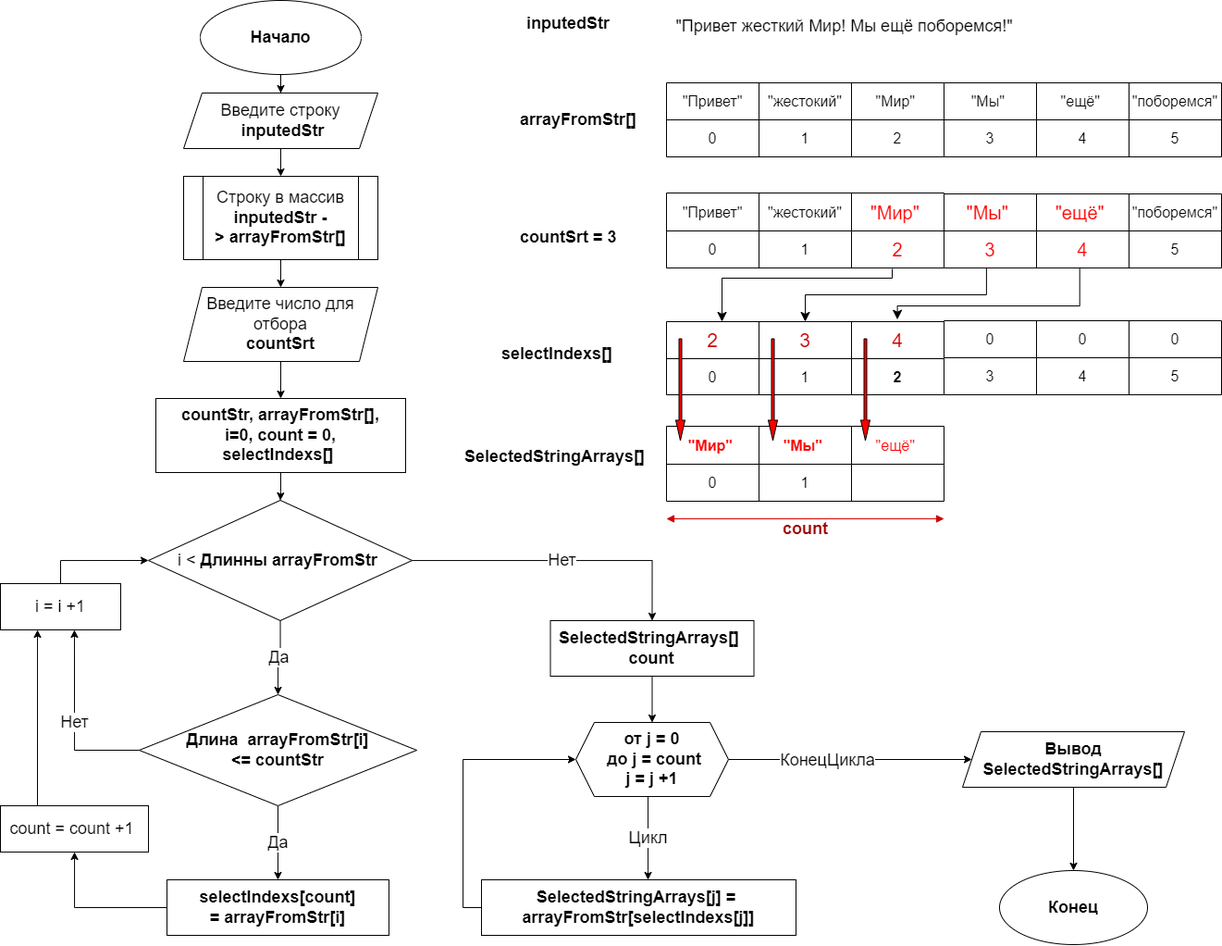
Before: Схема.png, a diagram exported from draw.io (Gr40inGB/Git2sem). Source tidied: cells renumbered, new cells last; positions are measured from the earlier drawing's top-left corner, leaving out a move shared by most shapes.
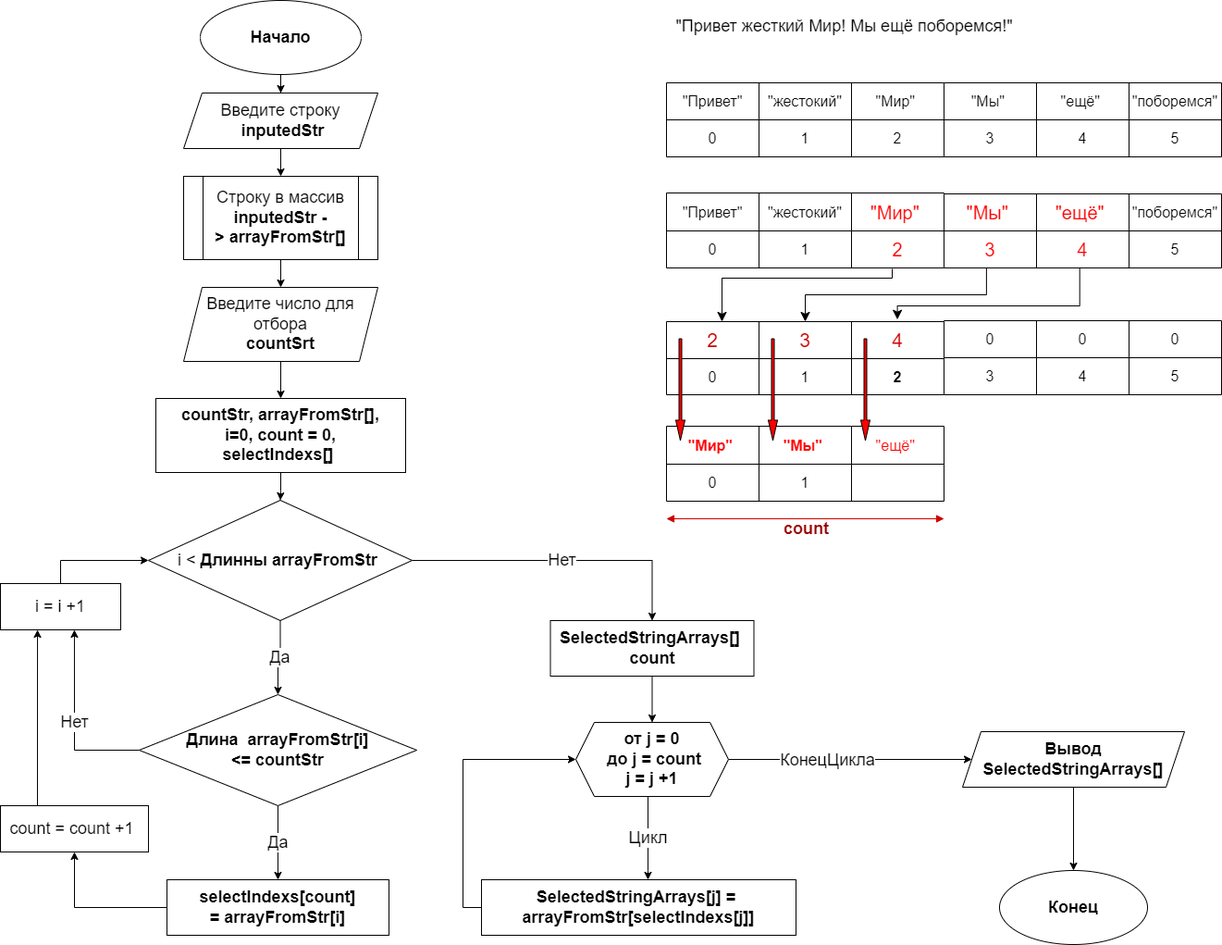
The same diagram one commit later.

Change to the diagram source:
```diff
@@ -229,7 +229,7 @@
     <mxCell id="72" value="5" style="shape=partialRectangle;html=1;whiteSpace=wrap;strokeColor=inherit;overflow=hidden;fillColor=none;top=0;left=0;bottom=0;right=0;fontSize=16;" parent="69" vertex="1">
       <mxGeometry x="200" width="100" height="40" as="geometry" />
     </mxCell>
-    <mxCell id="73" value="&lt;b style=&quot;border-color: rgb(0, 0, 0); font-family: Helvetica; font-size: 18px; font-style: normal; font-variant-ligatures: normal; font-variant-caps: normal; letter-spacing: normal; orphans: 2; text-align: center; text-indent: 0px; text-transform: none; widows: 2; word-spacing: 0px; -webkit-text-stroke-width: 0px; text-decoration-thickness: initial; text-decoration-style: initial; text-decoration-color: initial;&quot;&gt;arrayFromStr[]&lt;/b&gt;" style="text;whiteSpace=wrap;html=1;fontSize=20;fontColor=#000000;fillColor=none;labelBackgroundColor=none;" parent="1" vertex="1">
+    <mxCell id="73" value="&lt;b style=&quot;border-color: rgb(0, 0, 0); font-family: Helvetica; font-size: 18px; font-style: normal; font-variant-ligatures: normal; font-variant-caps: normal; letter-spacing: normal; orphans: 2; text-align: center; text-indent: 0px; text-transform: none; widows: 2; word-spacing: 0px; -webkit-text-stroke-width: 0px; text-decoration-thickness: initial; text-decoration-style: initial; text-decoration-color: initial;&quot;&gt;arrayFromStr[]&lt;/b&gt;" style="text;whiteSpace=wrap;html=1;fontSize=20;fontColor=#FFFFFF;fillColor=none;labelBackgroundColor=none;" parent="1" vertex="1">
       <mxGeometry x="560" y="109" width="160" height="50" as="geometry" />
     </mxCell>
     <mxCell id="74" style="shape=table;startSize=0;fontSize=16;" parent="1" vertex="1">
@@ -286,7 +286,7 @@
     <mxCell id="91" value="5" style="shape=partialRectangle;html=1;whiteSpace=wrap;strokeColor=inherit;overflow=hidden;fillColor=none;top=0;left=0;bottom=0;right=0;fontSize=16;" parent="88" vertex="1">
       <mxGeometry x="200" width="100" height="40" as="geometry" />
     </mxCell>
-    <mxCell id="92" value="&lt;b style=&quot;border-color: var(--border-color); font-family: Helvetica; font-size: 18px; font-style: normal; font-variant-ligatures: normal; font-variant-caps: normal; letter-spacing: normal; orphans: 2; text-align: center; text-indent: 0px; text-transform: none; widows: 2; word-spacing: 0px; -webkit-text-stroke-width: 0px; text-decoration-thickness: initial; text-decoration-style: initial; text-decoration-color: initial;&quot;&gt;selectIndexs[]&lt;/b&gt;" style="text;whiteSpace=wrap;html=1;fontSize=20;fontColor=#000000;fillColor=none;labelBackgroundColor=none;" parent="1" vertex="1">
+    <mxCell id="92" value="&lt;b style=&quot;border-color: var(--border-color); font-family: Helvetica; font-size: 18px; font-style: normal; font-variant-ligatures: normal; font-variant-caps: normal; letter-spacing: normal; orphans: 2; text-align: center; text-indent: 0px; text-transform: none; widows: 2; word-spacing: 0px; -webkit-text-stroke-width: 0px; text-decoration-thickness: initial; text-decoration-style: initial; text-decoration-color: initial;&quot;&gt;selectIndexs[]&lt;/b&gt;" style="text;whiteSpace=wrap;html=1;fontSize=20;fontColor=#FFFFFF;fillColor=none;labelBackgroundColor=none;" parent="1" vertex="1">
       <mxGeometry x="540" y="361.5" width="150" height="50" as="geometry" />
     </mxCell>
     <mxCell id="93" style="edgeStyle=elbowEdgeStyle;elbow=vertical;endArrow=classic;html=1;curved=0;rounded=0;endSize=8;startSize=8;fontSize=21;fontColor=#CC0000;entryX=0.2;entryY=0;entryDx=0;entryDy=0;entryPerimeter=0;" parent="1" edge="1" target="75">
@@ -334,7 +334,7 @@
     <mxCell id="104" value="&lt;b&gt;2&lt;/b&gt;" style="shape=partialRectangle;html=1;whiteSpace=wrap;strokeColor=inherit;overflow=hidden;fillColor=none;top=0;left=0;bottom=0;right=0;fontSize=16;fontColor=#FFFFFF;" parent="101" vertex="1">
       <mxGeometry x="200" width="100" height="40" as="geometry" />
     </mxCell>
-    <mxCell id="105" value="&lt;b style=&quot;border-color: var(--border-color); font-family: Helvetica; font-size: 18px; font-style: normal; font-variant-ligatures: normal; font-variant-caps: normal; letter-spacing: normal; orphans: 2; text-align: center; text-indent: 0px; text-transform: none; widows: 2; word-spacing: 0px; -webkit-text-stroke-width: 0px; text-decoration-thickness: initial; text-decoration-style: initial; text-decoration-color: initial;&quot;&gt;&lt;b style=&quot;border-color: var(--border-color);&quot;&gt;SelectedStringArrays[]&amp;nbsp;&lt;/b&gt;&lt;/b&gt;" style="text;whiteSpace=wrap;html=1;fontSize=16;fontColor=#000000;fillColor=none;labelBackgroundColor=none;" parent="1" vertex="1">
+    <mxCell id="105" value="&lt;b style=&quot;border-color: var(--border-color); font-family: Helvetica; font-size: 18px; font-style: normal; font-variant-ligatures: normal; font-variant-caps: normal; letter-spacing: normal; orphans: 2; text-align: center; text-indent: 0px; text-transform: none; widows: 2; word-spacing: 0px; -webkit-text-stroke-width: 0px; text-decoration-thickness: initial; text-decoration-style: initial; text-decoration-color: initial;&quot;&gt;&lt;b style=&quot;border-color: var(--border-color);&quot;&gt;SelectedStringArrays[]&amp;nbsp;&lt;/b&gt;&lt;/b&gt;" style="text;whiteSpace=wrap;html=1;fontSize=16;fontColor=#FFFFFF;fillColor=none;labelBackgroundColor=none;" parent="1" vertex="1">
       <mxGeometry x="500" y="475.5" width="230" height="50" as="geometry" />
     </mxCell>
     <mxCell id="106" style="shape=singleArrow;direction=south;whiteSpace=wrap;html=1;labelBackgroundColor=#990000;labelBorderColor=#990000;fontSize=16;fontColor=#FFFFFF;fillColor=#FF0000;" parent="1" vertex="1">
@@ -346,10 +346,10 @@
     <mxCell id="108" style="shape=singleArrow;direction=south;whiteSpace=wrap;html=1;labelBackgroundColor=#990000;labelBorderColor=#990000;fontSize=16;fontColor=#FFFFFF;fillColor=#FF0000;" parent="1" vertex="1">
       <mxGeometry x="830" y="365.5" width="10" height="110" as="geometry" />
     </mxCell>
-    <mxCell id="109" value="&lt;b style=&quot;border-color: rgb(0, 0, 0); font-family: Helvetica; font-size: 18px; font-style: normal; font-variant-ligatures: normal; font-variant-caps: normal; letter-spacing: normal; orphans: 2; text-align: center; text-indent: 0px; text-transform: none; widows: 2; word-spacing: 0px; -webkit-text-stroke-width: 0px; text-decoration-thickness: initial; text-decoration-style: initial; text-decoration-color: initial;&quot;&gt;countSrt = 3&lt;/b&gt;" style="text;whiteSpace=wrap;html=1;fontSize=16;fontColor=#000000;labelBackgroundColor=default;" parent="1" vertex="1">
+    <mxCell id="109" value="&lt;b style=&quot;border-color: rgb(0, 0, 0); font-family: Helvetica; font-size: 18px; font-style: normal; font-variant-ligatures: normal; font-variant-caps: normal; letter-spacing: normal; orphans: 2; text-align: center; text-indent: 0px; text-transform: none; widows: 2; word-spacing: 0px; -webkit-text-stroke-width: 0px; text-decoration-thickness: initial; text-decoration-style: initial; text-decoration-color: initial;&quot;&gt;countSrt = 3&lt;/b&gt;" style="text;whiteSpace=wrap;html=1;fontSize=16;fontColor=#FFFFFF;labelBackgroundColor=default;" parent="1" vertex="1">
       <mxGeometry x="560" y="239" width="110" height="50" as="geometry" />
     </mxCell>
-    <mxCell id="110" value="&lt;b style=&quot;border-color: rgb(0, 0, 0); font-family: Helvetica; font-size: 18px; font-style: normal; font-variant-ligatures: normal; font-variant-caps: normal; letter-spacing: normal; orphans: 2; text-align: center; text-indent: 0px; text-transform: none; widows: 2; word-spacing: 0px; -webkit-text-stroke-width: 0px; text-decoration-thickness: initial; text-decoration-style: initial; text-decoration-color: initial;&quot;&gt;inputedStr&lt;/b&gt;" style="text;whiteSpace=wrap;html=1;fontSize=16;fontColor=#000000;labelBackgroundColor=default;" parent="1" vertex="1">
+    <mxCell id="110" value="&lt;b style=&quot;border-color: rgb(0, 0, 0); font-family: Helvetica; font-size: 18px; font-style: normal; font-variant-ligatures: normal; font-variant-caps: normal; letter-spacing: normal; orphans: 2; text-align: center; text-indent: 0px; text-transform: none; widows: 2; word-spacing: 0px; -webkit-text-stroke-width: 0px; text-decoration-thickness: initial; text-decoration-style: initial; text-decoration-color: initial;&quot;&gt;inputedStr&lt;/b&gt;" style="text;whiteSpace=wrap;html=1;fontSize=16;fontColor=#FFFFFF;labelBackgroundColor=default;" parent="1" vertex="1">
       <mxGeometry x="567" y="8" width="120" height="50" as="geometry" />
     </mxCell>
     <mxCell id="111" style="endArrow=block;startArrow=block;endFill=1;startFill=1;html=1;rounded=0;fontSize=16;fontColor=#000000;fontStyle=1;fillColor=#f8cecc;strokeColor=#CC0000;" parent="1" edge="1">
```
